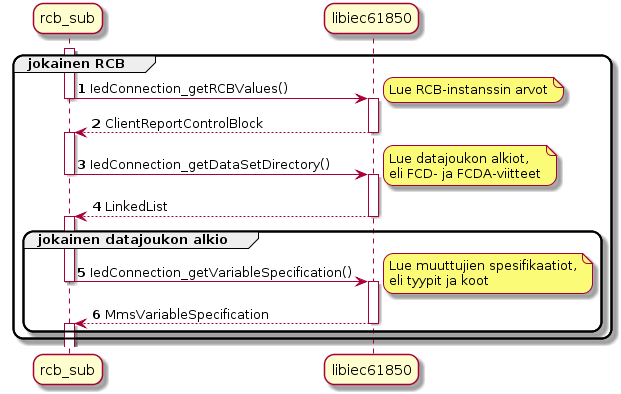
Kazhuu/tut_master_thesis keeps this PlantUML diagram as pictures/rcb-sub-reading-specifications.png. Above is the earlier version.
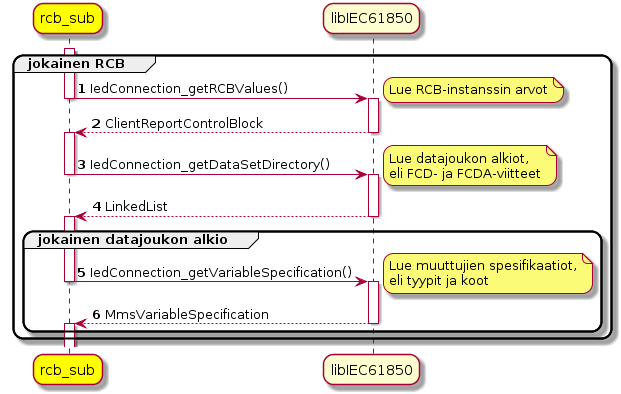
After the commit.

Diff of the diagram source:
```diff
@@ -3,8 +3,8 @@
 
 skinparam roundcorner 20
 
-participant "rcb_sub" as rcbsub
-participant "libiec61850" as libiec
+participant "rcb_sub" as rcbsub #Yellow
+participant "libIEC61850" as libiec
 
 group jokainen RCB
 	activate rcbsub
```
